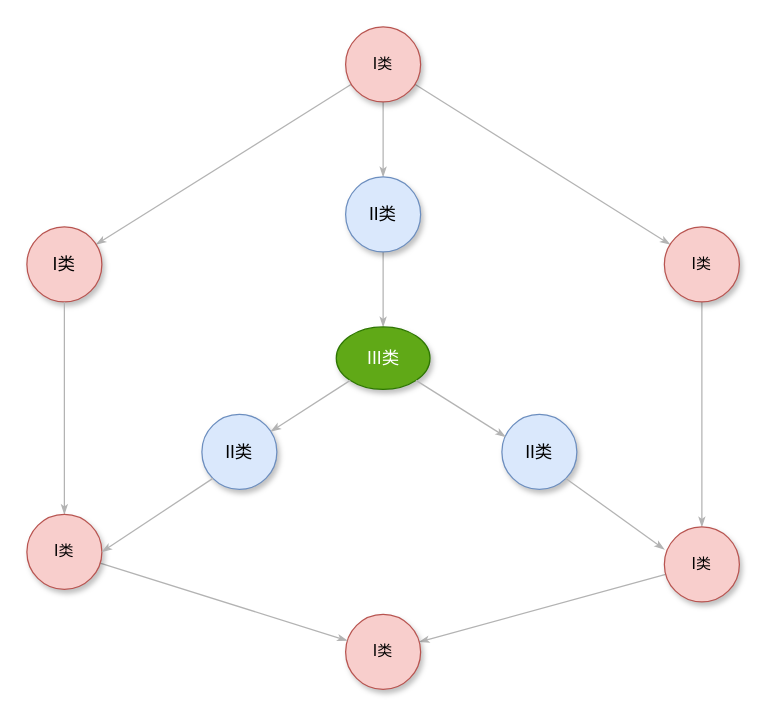
Above: 探测网.drawio in glancccc/CS-Books (draw.io), before the change. Source tidied: cells renumbered, new cells numbered last; positions are measured from the earlier drawing's top-left corner, leaving out a move shared by most shapes. Both pictures are drawn from the tidied source at 125%, with x=0, y=0 at pixel (26, 26).
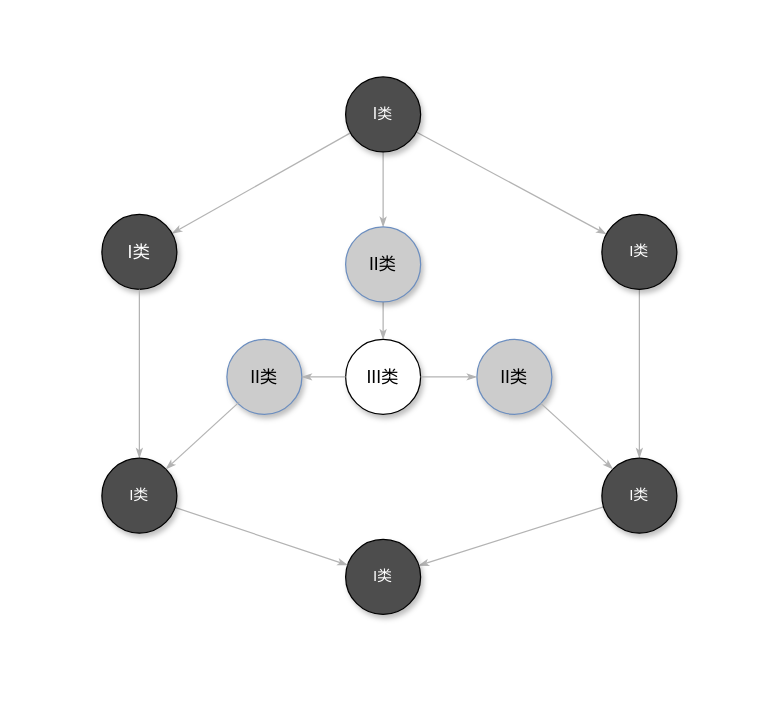
The same page after the edit.

Commit message (it also covers changes not shown here):
更新探测网.drawio

What changed in the source:
```diff
@@
-    <mxCell id="5" value="&lt;span style=&quot;font-family: Verdana;&quot; lang=&quot;EN-US&quot;&gt;I&lt;/span&gt;&lt;span style=&quot;font-family: Verdana;&quot;&gt;类&lt;/span&gt;" style="ellipse;whiteSpace=wrap;html=1;rounded=0;shadow=1;comic=0;labelBackgroundColor=none;strokeWidth=1;fontFamily=Helvetica;fontSize=12;align=center;fillColor=#f8cecc;strokeColor=#b85450;" parent="1" vertex="1">
-      <mxGeometry x="255" width="60" height="60" as="geometry" />
+    <mxCell id="5" value="&lt;span style=&quot;font-family: Verdana;&quot; lang=&quot;EN-US&quot;&gt;I&lt;/span&gt;&lt;span style=&quot;font-family: Verdana;&quot;&gt;类&lt;/span&gt;" style="ellipse;whiteSpace=wrap;html=1;rounded=0;shadow=1;comic=0;labelBackgroundColor=none;strokeWidth=1;fontFamily=Helvetica;fontSize=12;align=center;fillColor=#4D4D4D;strokeColor=#000000;fontColor=#FFFFFF;" parent="1" vertex="1">
+      <mxGeometry x="255" y="40" width="60" height="60" as="geometry" />
     </mxCell>
@@
-    <mxCell id="7" value="&lt;span style=&quot;font-size:10.5pt;mso-bidi-font-size:11.0pt;font-family:宋体;mso-bidi-font-family:&lt;br/&gt;&amp;quot;Times New Roman&amp;quot;;mso-bidi-theme-font:minor-bidi;mso-ansi-language:EN-US;&lt;br/&gt;mso-fareast-language:ZH-CN;mso-bidi-language:AR-SA&quot; lang=&quot;EN-US&quot;&gt;II&lt;/span&gt;&lt;span style=&quot;font-size:10.5pt;mso-bidi-font-size:11.0pt;font-family:宋体;mso-bidi-font-family:&lt;br/&gt;&amp;quot;Times New Roman&amp;quot;;mso-bidi-theme-font:minor-bidi;mso-ansi-language:EN-US;&lt;br/&gt;mso-fareast-language:ZH-CN;mso-bidi-language:AR-SA&quot;&gt;类&lt;/span&gt;" style="ellipse;whiteSpace=wrap;html=1;rounded=0;shadow=1;comic=0;labelBackgroundColor=none;strokeWidth=1;fontFamily=Verdana;fontSize=12;align=center;fillColor=#dae8fc;strokeColor=#6c8ebf;" parent="1" vertex="1">
-      <mxGeometry x="255" y="120" width="60" height="60" as="geometry" />
+    <mxCell id="7" value="&lt;span style=&quot;font-size:10.5pt;mso-bidi-font-size:11.0pt;font-family:宋体;mso-bidi-font-family:&lt;br/&gt;&amp;quot;Times New Roman&amp;quot;;mso-bidi-theme-font:minor-bidi;mso-ansi-language:EN-US;&lt;br/&gt;mso-fareast-language:ZH-CN;mso-bidi-language:AR-SA&quot; lang=&quot;EN-US&quot;&gt;II&lt;/span&gt;&lt;span style=&quot;font-size:10.5pt;mso-bidi-font-size:11.0pt;font-family:宋体;mso-bidi-font-family:&lt;br/&gt;&amp;quot;Times New Roman&amp;quot;;mso-bidi-theme-font:minor-bidi;mso-ansi-language:EN-US;&lt;br/&gt;mso-fareast-language:ZH-CN;mso-bidi-language:AR-SA&quot;&gt;类&lt;/span&gt;" style="ellipse;whiteSpace=wrap;html=1;rounded=0;shadow=1;comic=0;labelBackgroundColor=none;strokeWidth=1;fontFamily=Verdana;fontSize=12;align=center;fillColor=#CCCCCC;strokeColor=#6C8EBF;" parent="1" vertex="1">
+      <mxGeometry x="255" y="160" width="60" height="60" as="geometry" />
     </mxCell>
@@
-    <mxCell id="9" value="&lt;span lang=&quot;EN-US&quot;&gt;I&lt;/span&gt;类" style="ellipse;whiteSpace=wrap;html=1;rounded=0;shadow=1;comic=0;labelBackgroundColor=none;strokeWidth=1;fontFamily=Verdana;fontSize=12;align=center;fillColor=#f8cecc;strokeColor=#b85450;" parent="1" vertex="1">
-      <mxGeometry x="510" y="160" width="60" height="60" as="geometry" />
+    <mxCell id="9" value="&lt;span lang=&quot;EN-US&quot;&gt;I&lt;/span&gt;类" style="ellipse;whiteSpace=wrap;html=1;rounded=0;shadow=1;comic=0;labelBackgroundColor=none;strokeWidth=1;fontFamily=Helvetica;fontSize=12;align=center;fillColor=#4D4D4D;strokeColor=#000000;fontColor=#FFFFFF;" parent="1" vertex="1">
+      <mxGeometry x="460" y="150" width="60" height="60" as="geometry" />
     </mxCell>
@@
-    <mxCell id="11" value="&lt;span lang=&quot;EN-US&quot;&gt;I&lt;/span&gt;类" style="ellipse;whiteSpace=wrap;html=1;rounded=0;shadow=1;comic=0;labelBackgroundColor=none;strokeWidth=1;fontFamily=Verdana;fontSize=12;align=center;fillColor=#f8cecc;strokeColor=#b85450;" parent="1" vertex="1">
-      <mxGeometry x="510" y="400" width="60" height="60" as="geometry" />
+    <mxCell id="11" value="&lt;span lang=&quot;EN-US&quot;&gt;I&lt;/span&gt;类" style="ellipse;whiteSpace=wrap;html=1;rounded=0;shadow=1;comic=0;labelBackgroundColor=none;strokeWidth=1;fontFamily=Helvetica;fontSize=12;align=center;fillColor=#4D4D4D;strokeColor=#000000;fontColor=#FFFFFF;" parent="1" vertex="1">
+      <mxGeometry x="460" y="345" width="60" height="60" as="geometry" />
     </mxCell>
-    <mxCell id="12" value="&lt;span style=&quot;font-size:10.5pt;mso-bidi-font-size:11.0pt;font-family:宋体;mso-bidi-font-family:&lt;br/&gt;&amp;quot;Times New Roman&amp;quot;;mso-bidi-theme-font:minor-bidi;mso-ansi-language:EN-US;&lt;br/&gt;mso-fareast-language:ZH-CN;mso-bidi-language:AR-SA&quot; lang=&quot;EN-US&quot;&gt;II&lt;/span&gt;&lt;span style=&quot;font-size:10.5pt;mso-bidi-font-size:11.0pt;font-family:宋体;mso-bidi-font-family:&lt;br/&gt;&amp;quot;Times New Roman&amp;quot;;mso-bidi-theme-font:minor-bidi;mso-ansi-language:EN-US;&lt;br/&gt;mso-fareast-language:ZH-CN;mso-bidi-language:AR-SA&quot;&gt;类&lt;/span&gt;" style="ellipse;whiteSpace=wrap;html=1;rounded=0;shadow=1;comic=0;labelBackgroundColor=none;strokeWidth=1;fontFamily=Verdana;fontSize=12;align=center;fillColor=#dae8fc;strokeColor=#6c8ebf;" parent="1" vertex="1">
-      <mxGeometry x="380" y="310" width="60" height="60" as="geometry" />
+    <mxCell id="12" value="&lt;span style=&quot;font-size:10.5pt;mso-bidi-font-size:11.0pt;font-family:宋体;mso-bidi-font-family:&lt;br/&gt;&amp;quot;Times New Roman&amp;quot;;mso-bidi-theme-font:minor-bidi;mso-ansi-language:EN-US;&lt;br/&gt;mso-fareast-language:ZH-CN;mso-bidi-language:AR-SA&quot; lang=&quot;EN-US&quot;&gt;II&lt;/span&gt;&lt;span style=&quot;font-size:10.5pt;mso-bidi-font-size:11.0pt;font-family:宋体;mso-bidi-font-family:&lt;br/&gt;&amp;quot;Times New Roman&amp;quot;;mso-bidi-theme-font:minor-bidi;mso-ansi-language:EN-US;&lt;br/&gt;mso-fareast-language:ZH-CN;mso-bidi-language:AR-SA&quot;&gt;类&lt;/span&gt;" style="ellipse;whiteSpace=wrap;html=1;rounded=0;shadow=1;comic=0;labelBackgroundColor=none;strokeWidth=1;fontFamily=Verdana;fontSize=12;align=center;fillColor=#CCCCCC;strokeColor=#6c8ebf;" parent="1" vertex="1">
+      <mxGeometry x="360" y="250" width="60" height="60" as="geometry" />
     </mxCell>
-    <mxCell id="13" value="&lt;span style=&quot;font-size:10.5pt;mso-bidi-font-size:11.0pt;font-family:宋体;mso-bidi-font-family:&lt;br/&gt;&amp;quot;Times New Roman&amp;quot;;mso-bidi-theme-font:minor-bidi;mso-ansi-language:EN-US;&lt;br/&gt;mso-fareast-language:ZH-CN;mso-bidi-language:AR-SA&quot; lang=&quot;EN-US&quot;&gt;III&lt;/span&gt;&lt;span style=&quot;font-size:10.5pt;mso-bidi-font-size:11.0pt;font-family:宋体;mso-bidi-font-family:&lt;br/&gt;&amp;quot;Times New Roman&amp;quot;;mso-bidi-theme-font:minor-bidi;mso-ansi-language:EN-US;&lt;br/&gt;mso-fareast-language:ZH-CN;mso-bidi-language:AR-SA&quot;&gt;类&lt;/span&gt;" style="ellipse;whiteSpace=wrap;html=1;rounded=0;shadow=1;comic=0;labelBackgroundColor=none;strokeWidth=1;fontFamily=Verdana;fontSize=12;align=center;fillColor=#60a917;fontColor=#ffffff;strokeColor=#2D7600;" parent="1" vertex="1">
-      <mxGeometry x="247.5" y="240" width="75" height="50" as="geometry" />
+    <mxCell id="13" value="&lt;span style=&quot;font-size:10.5pt;mso-bidi-font-size:11.0pt;font-family:宋体;mso-bidi-font-family:&lt;br/&gt;&amp;quot;Times New Roman&amp;quot;;mso-bidi-theme-font:minor-bidi;mso-ansi-language:EN-US;&lt;br/&gt;mso-fareast-language:ZH-CN;mso-bidi-language:AR-SA&quot; lang=&quot;EN-US&quot;&gt;III&lt;/span&gt;&lt;span style=&quot;font-size:10.5pt;mso-bidi-font-size:11.0pt;font-family:宋体;mso-bidi-font-family:&lt;br/&gt;&amp;quot;Times New Roman&amp;quot;;mso-bidi-theme-font:minor-bidi;mso-ansi-language:EN-US;&lt;br/&gt;mso-fareast-language:ZH-CN;mso-bidi-language:AR-SA&quot;&gt;类&lt;/span&gt;" style="ellipse;whiteSpace=wrap;html=1;rounded=0;shadow=1;comic=0;labelBackgroundColor=none;strokeWidth=1;fontFamily=Verdana;fontSize=12;align=center;fillColor=#FFFFFF;fontColor=#000000;strokeColor=#000000;" parent="1" vertex="1">
+      <mxGeometry x="255" y="250" width="60" height="60" as="geometry" />
     </mxCell>
-    <mxCell id="14" value="&lt;span lang=&quot;EN-US&quot;&gt;I&lt;/span&gt;类" style="ellipse;whiteSpace=wrap;html=1;rounded=0;shadow=1;comic=0;labelBackgroundColor=none;strokeWidth=1;fontFamily=Verdana;fontSize=12;align=center;fillColor=#f8cecc;strokeColor=#b85450;" parent="1" vertex="1">
-      <mxGeometry x="255" y="470" width="60" height="60" as="geometry" />
+    <mxCell id="14" value="&lt;span lang=&quot;EN-US&quot;&gt;I&lt;/span&gt;类" style="ellipse;whiteSpace=wrap;html=1;rounded=0;shadow=1;comic=0;labelBackgroundColor=none;strokeWidth=1;fontFamily=Helvetica;fontSize=12;align=center;fillColor=#4D4D4D;strokeColor=#000000;fontColor=#FFFFFF;" parent="1" vertex="1">
+      <mxGeometry x="255" y="410" width="60" height="60" as="geometry" />
     </mxCell>
-    <mxCell id="15" value="&lt;span style=&quot;font-size:10.5pt;mso-bidi-font-size:11.0pt;font-family:宋体;mso-bidi-font-family:&lt;br/&gt;&amp;quot;Times New Roman&amp;quot;;mso-bidi-theme-font:minor-bidi;mso-ansi-language:EN-US;&lt;br/&gt;mso-fareast-language:ZH-CN;mso-bidi-language:AR-SA&quot; lang=&quot;EN-US&quot;&gt;I&lt;/span&gt;&lt;span style=&quot;font-size:10.5pt;mso-bidi-font-size:11.0pt;font-family:宋体;mso-bidi-font-family:&lt;br/&gt;&amp;quot;Times New Roman&amp;quot;;mso-bidi-theme-font:minor-bidi;mso-ansi-language:EN-US;&lt;br/&gt;mso-fareast-language:ZH-CN;mso-bidi-language:AR-SA&quot;&gt;类&lt;/span&gt;" style="ellipse;whiteSpace=wrap;html=1;rounded=0;shadow=1;comic=0;labelBackgroundColor=none;strokeWidth=1;fontFamily=Verdana;fontSize=12;align=center;fillColor=#f8cecc;strokeColor=#b85450;" parent="1" vertex="1">
-      <mxGeometry y="160" width="60" height="60" as="geometry" />
+    <mxCell id="15" value="&lt;span style=&quot;font-size:10.5pt;mso-bidi-font-size:11.0pt;font-family:宋体;mso-bidi-font-family:&lt;br/&gt;&amp;quot;Times New Roman&amp;quot;;mso-bidi-theme-font:minor-bidi;mso-ansi-language:EN-US;&lt;br/&gt;mso-fareast-language:ZH-CN;mso-bidi-language:AR-SA&quot; lang=&quot;EN-US&quot;&gt;I&lt;/span&gt;&lt;span style=&quot;font-size:10.5pt;mso-bidi-font-size:11.0pt;font-family:宋体;mso-bidi-font-family:&lt;br/&gt;&amp;quot;Times New Roman&amp;quot;;mso-bidi-theme-font:minor-bidi;mso-ansi-language:EN-US;&lt;br/&gt;mso-fareast-language:ZH-CN;mso-bidi-language:AR-SA&quot;&gt;类&lt;/span&gt;" style="ellipse;whiteSpace=wrap;html=1;rounded=0;shadow=1;comic=0;labelBackgroundColor=none;strokeWidth=1;fontFamily=Helvetica;fontSize=12;align=center;fillColor=#4D4D4D;strokeColor=#000000;fontColor=#FFFFFF;" parent="1" vertex="1">
+      <mxGeometry x="60" y="150" width="60" height="60" as="geometry" />
     </mxCell>
@@
-    <mxCell id="18" value="&lt;span lang=&quot;EN-US&quot;&gt;I&lt;/span&gt;类" style="ellipse;whiteSpace=wrap;html=1;rounded=0;shadow=1;comic=0;labelBackgroundColor=none;strokeWidth=1;fontFamily=Verdana;fontSize=12;align=center;fillColor=#f8cecc;strokeColor=#b85450;" parent="1" vertex="1">
-      <mxGeometry y="390" width="60" height="60" as="geometry" />
+    <mxCell id="18" value="&lt;span lang=&quot;EN-US&quot;&gt;I&lt;/span&gt;类" style="ellipse;whiteSpace=wrap;html=1;rounded=0;shadow=1;comic=0;labelBackgroundColor=none;strokeWidth=1;fontFamily=Helvetica;fontSize=12;align=center;fillColor=#4D4D4D;strokeColor=#000000;fontColor=#FFFFFF;" parent="1" vertex="1">
+      <mxGeometry x="60" y="345" width="60" height="60" as="geometry" />
     </mxCell>
-    <mxCell id="19" style="edgeStyle=none;rounded=1;html=1;labelBackgroundColor=none;startArrow=none;startFill=0;startSize=5;endArrow=classicThin;endFill=1;endSize=5;jettySize=auto;strokeColor=#B3B3B3;strokeWidth=1;fontFamily=Verdana;fontSize=12;exitX=1;exitY=1;exitDx=0;exitDy=0;entryX=0.05;entryY=0.3;entryDx=0;entryDy=0;entryPerimeter=0;" parent="1" edge="1" source="13" target="12">
+    <mxCell id="19" style="edgeStyle=none;rounded=1;html=1;labelBackgroundColor=none;startArrow=none;startFill=0;startSize=5;endArrow=classicThin;endFill=1;endSize=5;jettySize=auto;strokeColor=#B3B3B3;strokeWidth=1;fontFamily=Verdana;fontSize=12;exitX=1;exitY=0.5;exitDx=0;exitDy=0;entryX=0;entryY=0.5;entryDx=0;entryDy=0;" parent="1" edge="1" source="13" target="12">
       <mxGeometry relative="1" as="geometry" />
     </mxCell>
-    <mxCell id="20" value="&lt;span style=&quot;font-size:10.5pt;mso-bidi-font-size:11.0pt;font-family:宋体;mso-bidi-font-family:&lt;br/&gt;&amp;quot;Times New Roman&amp;quot;;mso-bidi-theme-font:minor-bidi;mso-ansi-language:EN-US;&lt;br/&gt;mso-fareast-language:ZH-CN;mso-bidi-language:AR-SA&quot; lang=&quot;EN-US&quot;&gt;II&lt;/span&gt;&lt;span style=&quot;font-size:10.5pt;mso-bidi-font-size:11.0pt;font-family:宋体;mso-bidi-font-family:&lt;br/&gt;&amp;quot;Times New Roman&amp;quot;;mso-bidi-theme-font:minor-bidi;mso-ansi-language:EN-US;&lt;br/&gt;mso-fareast-language:ZH-CN;mso-bidi-language:AR-SA&quot;&gt;类&lt;/span&gt;" style="ellipse;whiteSpace=wrap;html=1;rounded=0;shadow=1;comic=0;labelBackgroundColor=none;strokeWidth=1;fontFamily=Verdana;fontSize=12;align=center;fillColor=#dae8fc;strokeColor=#6c8ebf;" parent="1" vertex="1">
-      <mxGeometry x="140" y="310" width="60" height="60" as="geometry" />
+    <mxCell id="20" value="&lt;span style=&quot;font-size:10.5pt;mso-bidi-font-size:11.0pt;font-family:宋体;mso-bidi-font-family:&lt;br/&gt;&amp;quot;Times New Roman&amp;quot;;mso-bidi-theme-font:minor-bidi;mso-ansi-language:EN-US;&lt;br/&gt;mso-fareast-language:ZH-CN;mso-bidi-language:AR-SA&quot; lang=&quot;EN-US&quot;&gt;II&lt;/span&gt;&lt;span style=&quot;font-size:10.5pt;mso-bidi-font-size:11.0pt;font-family:宋体;mso-bidi-font-family:&lt;br/&gt;&amp;quot;Times New Roman&amp;quot;;mso-bidi-theme-font:minor-bidi;mso-ansi-language:EN-US;&lt;br/&gt;mso-fareast-language:ZH-CN;mso-bidi-language:AR-SA&quot;&gt;类&lt;/span&gt;" style="ellipse;whiteSpace=wrap;html=1;rounded=0;shadow=1;comic=0;labelBackgroundColor=none;strokeWidth=1;fontFamily=Verdana;fontSize=12;align=center;fillColor=#CCCCCC;strokeColor=#6c8ebf;" parent="1" vertex="1">
+      <mxGeometry x="160" y="250" width="60" height="60" as="geometry" />
     </mxCell>
-    <mxCell id="21" style="edgeStyle=none;rounded=1;html=1;labelBackgroundColor=none;startArrow=none;startFill=0;startSize=5;endArrow=classicThin;endFill=1;endSize=5;jettySize=auto;strokeColor=#B3B3B3;strokeWidth=1;fontFamily=Verdana;fontSize=12;exitX=0;exitY=1;exitDx=0;exitDy=0;" parent="1" edge="1" source="13" target="20">
+    <mxCell id="21" style="edgeStyle=none;rounded=1;html=1;labelBackgroundColor=none;startArrow=none;startFill=0;startSize=5;endArrow=classicThin;endFill=1;endSize=5;jettySize=auto;strokeColor=#B3B3B3;strokeWidth=1;fontFamily=Verdana;fontSize=12;exitX=0;exitY=0.5;exitDx=0;exitDy=0;" parent="1" edge="1" source="13" target="20">
       <mxGeometry relative="1" as="geometry" />
     </mxCell>
-    <mxCell id="22" style="edgeStyle=none;rounded=1;html=1;labelBackgroundColor=none;startArrow=none;startFill=0;startSize=5;endArrow=classicThin;endFill=1;endSize=5;jettySize=auto;strokeColor=#B3B3B3;strokeWidth=1;fontFamily=Verdana;fontSize=12;entryX=1;entryY=0.5;entryDx=0;entryDy=0;exitX=0;exitY=1;exitDx=0;exitDy=0;" parent="1" edge="1" source="20" target="18">
-      <mxGeometry relative="1" as="geometry" />
+    <mxCell id="22" style="edgeStyle=none;rounded=1;html=1;labelBackgroundColor=none;startArrow=none;startFill=0;startSize=5;endArrow=classicThin;endFill=1;endSize=5;jettySize=auto;strokeColor=#B3B3B3;strokeWidth=1;fontFamily=Verdana;fontSize=12;entryX=1;entryY=0;entryDx=0;entryDy=0;" parent="1" edge="1" target="18">
+      <mxGeometry relative="1" as="geometry">
+        <mxPoint x="170" y="300" as="sourcePoint" />
+      </mxGeometry>
     </mxCell>
-    <mxCell id="23" style="edgeStyle=none;rounded=1;html=1;labelBackgroundColor=none;startArrow=none;startFill=0;startSize=5;endArrow=classicThin;endFill=1;endSize=5;jettySize=auto;strokeColor=#B3B3B3;strokeWidth=1;fontFamily=Verdana;fontSize=12;entryX=0;entryY=0.3;entryDx=0;entryDy=0;exitX=1;exitY=1;exitDx=0;exitDy=0;entryPerimeter=0;" parent="1" edge="1" source="12" target="11">
+    <mxCell id="23" style="edgeStyle=none;rounded=1;html=1;labelBackgroundColor=none;startArrow=none;startFill=0;startSize=5;endArrow=classicThin;endFill=1;endSize=5;jettySize=auto;strokeColor=#B3B3B3;strokeWidth=1;fontFamily=Verdana;fontSize=12;entryX=0;entryY=0;entryDx=0;entryDy=0;exitX=1;exitY=1;exitDx=0;exitDy=0;" parent="1" edge="1" source="12" target="11">
       <mxGeometry relative="1" as="geometry" />
     </mxCell>
```
